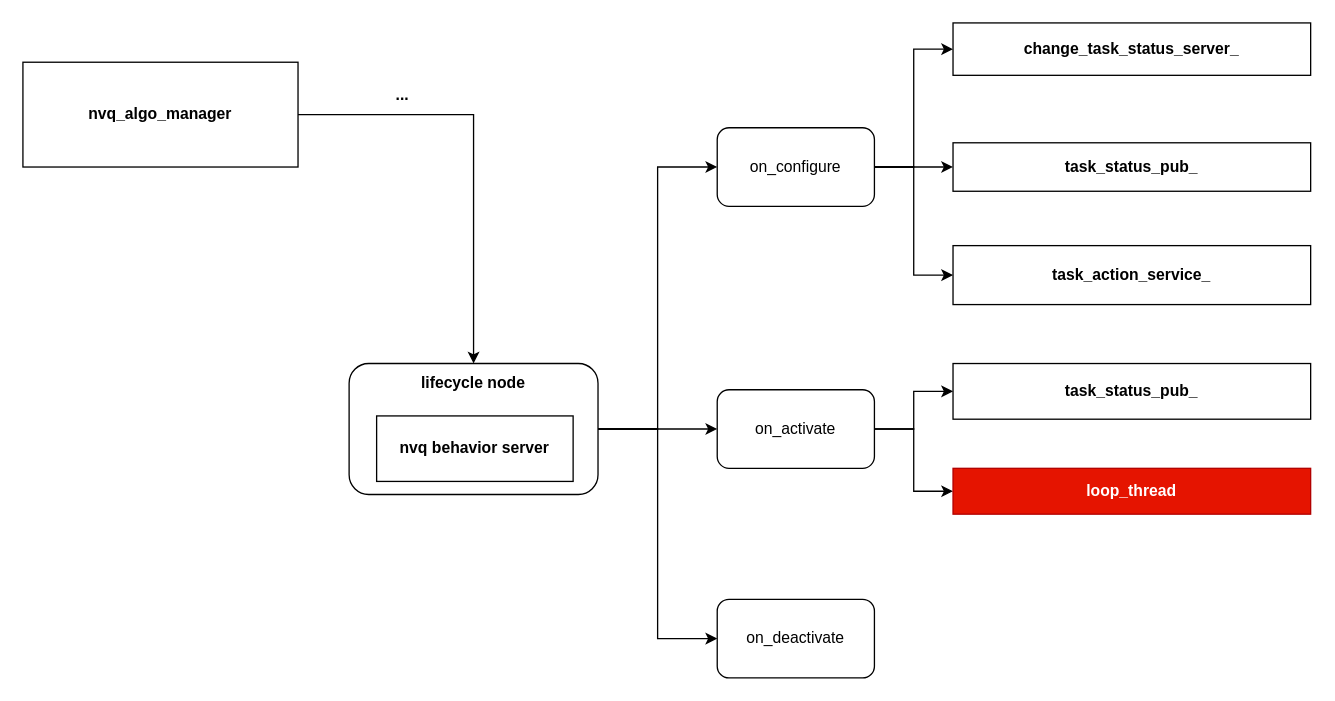
Above: page "第 1 页" (1 of 3) of nvq_task_manager架构图.drawio in Jev0987/drawioFile (draw.io), before the change. Source tidied: cells renumbered, new cells numbered last; positions are measured from the earlier drawing's top-left corner, leaving out a move shared by most shapes. Both pictures are drawn from the tidied source at 131%, with x=0, y=0 at pixel (22, 22).
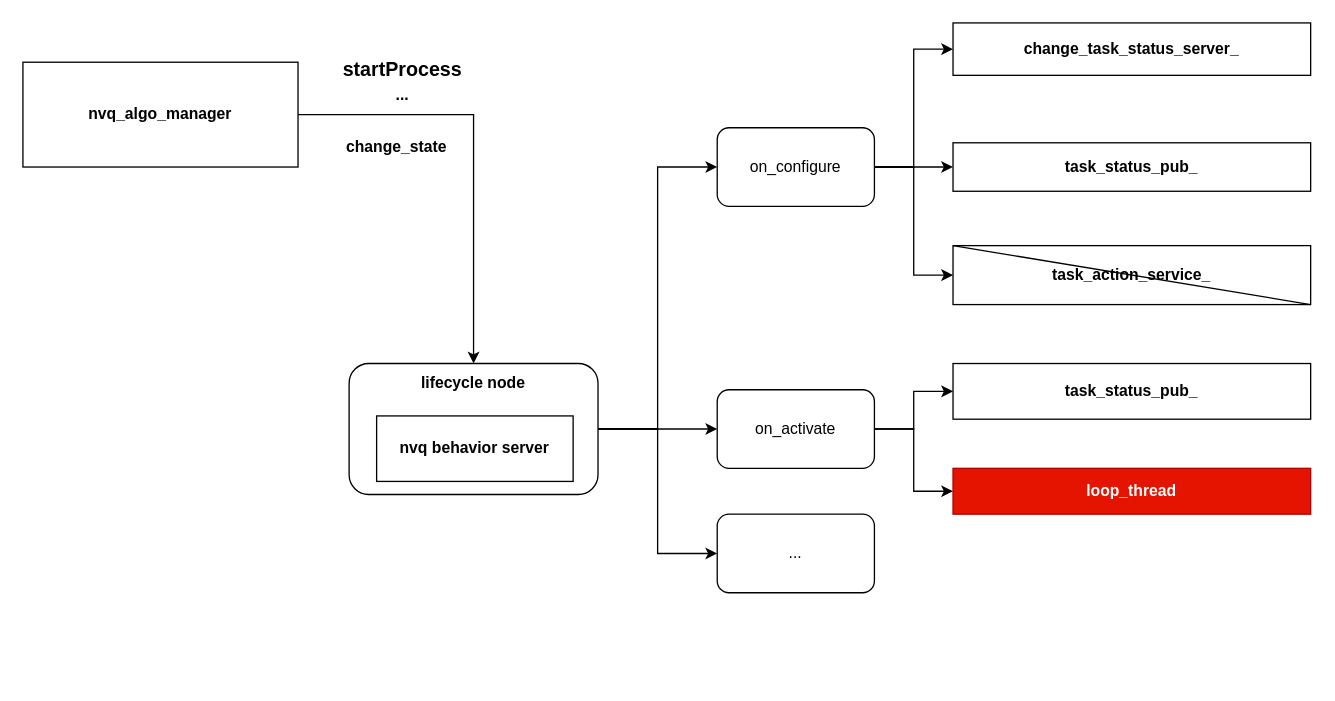
The same page after the edit.

Commit message:
更新nvq_task_manager架构图.drawio

The change refers to these unchanged cells:
```xml
<mxCell id="21" value="task_action_service_" style="rounded=0;whiteSpace=wrap;html=1;fontStyle=1;" parent="1" vertex="1">
  <mxGeometry x="710" y="170" width="273" height="45" as="geometry" />
</mxCell>
```

Change to the diagram source:
```diff
@@
-    <mxCell id="17" value="on_deactivate" style="rounded=1;whiteSpace=wrap;html=1;" parent="1" vertex="1">
-      <mxGeometry x="530" y="440" width="120" height="60" as="geometry" />
+    <mxCell id="17" value="..." style="rounded=1;whiteSpace=wrap;html=1;" parent="1" vertex="1">
+      <mxGeometry x="530" y="375" width="120" height="60" as="geometry" />
     </mxCell>
@@
+    <mxCell id="24" value="&lt;b&gt;startProcess&lt;/b&gt;" style="text;html=1;whiteSpace=wrap;strokeColor=none;fillColor=none;align=center;verticalAlign=middle;rounded=0;fontSize=15;" parent="1" vertex="1">
+      <mxGeometry x="220" y="20" width="140" height="30" as="geometry" />
+    </mxCell>
+    <mxCell id="25" value="&lt;b&gt;change_state&lt;/b&gt;" style="text;html=1;whiteSpace=wrap;strokeColor=none;fillColor=none;align=center;verticalAlign=middle;rounded=0;" parent="1" vertex="1">
+      <mxGeometry x="230" y="80" width="111" height="30" as="geometry" />
+    </mxCell>
+    <mxCell id="26" style="endArrow=none;html=1;rounded=0;entryX=0;entryY=0;entryDx=0;entryDy=0;exitX=1;exitY=1;exitDx=0;exitDy=0;" parent="1" edge="1" source="21" target="21">
+      <mxGeometry relative="1" as="geometry" />
+    </mxCell>
```
